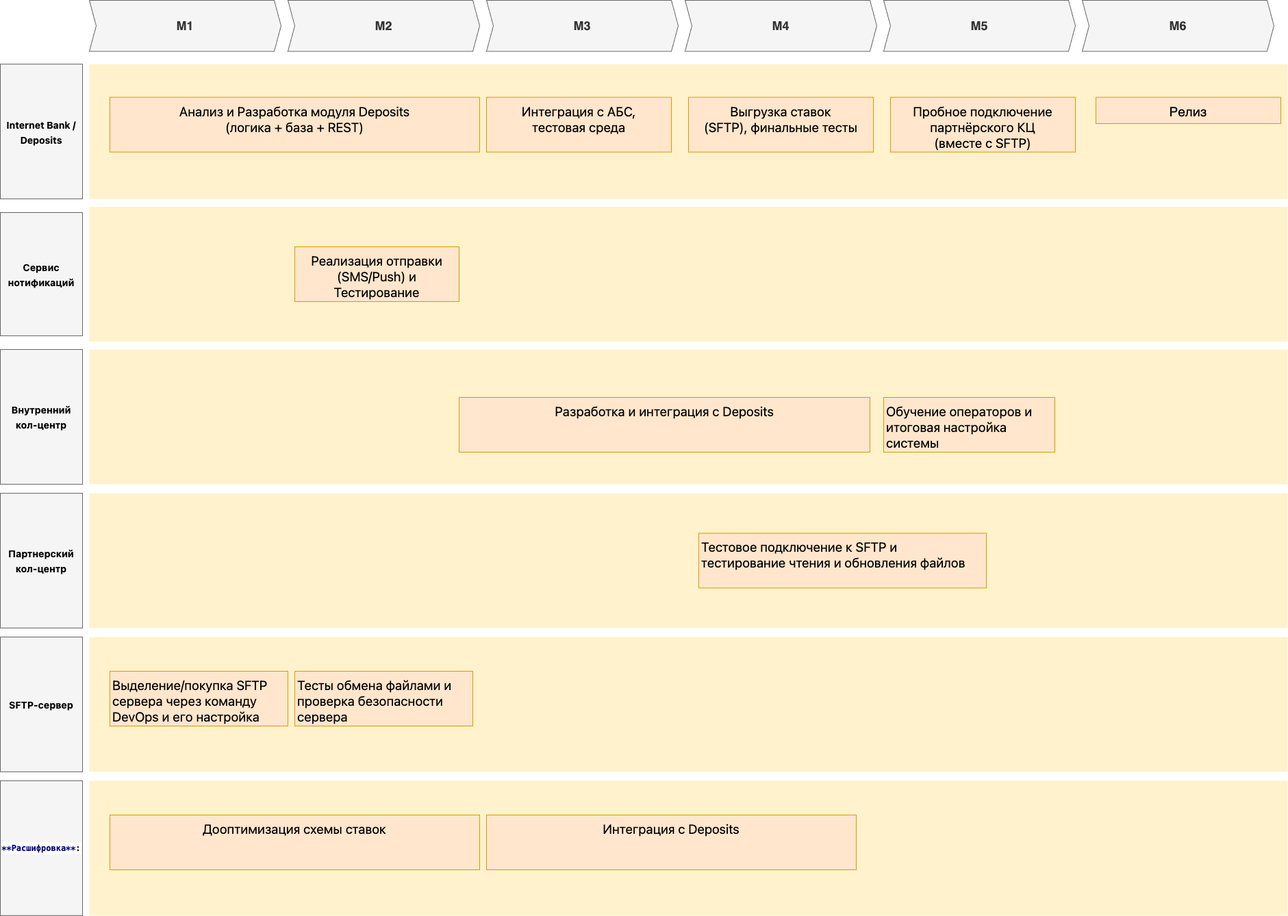
nikolaidstepanov/architecture-sprint-9 keeps this draw.io diagram as Task4/RoadMap_bank_Standart-Roadmap.drawio.png. Above is the earlier version. Source tidied: cells renumbered, new cells last; positions are measured from the earlier drawing's top-left corner, leaving out a move shared by most shapes.
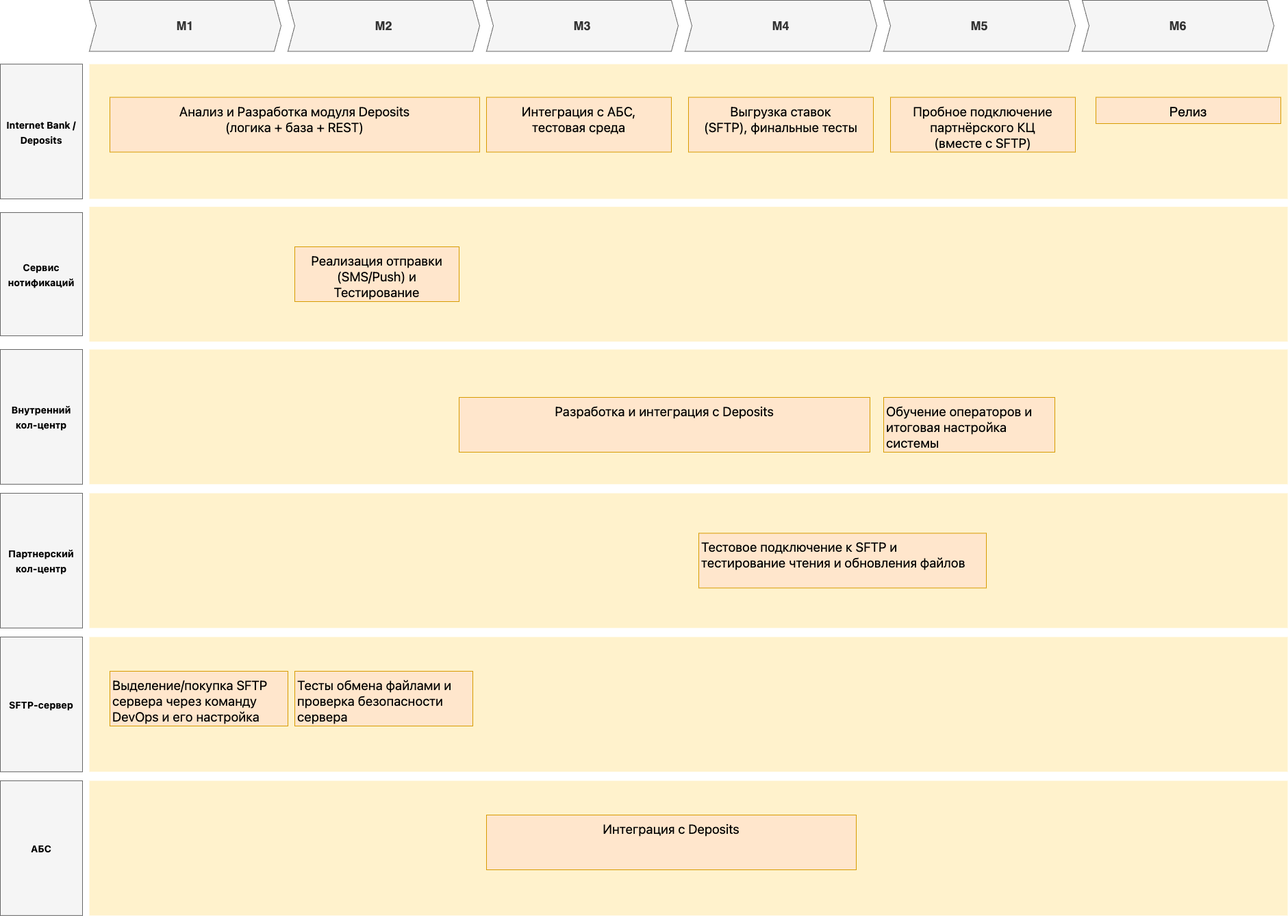
Above is the later version.

The edit, as a diff of the source:
```diff
@@ -53,9 +53,6 @@
     <mxCell id="18" value="&lt;strong style=&quot;color: rgb(0, 0, 0); font-family: -apple-system, &amp;quot;system-ui&amp;quot;, &amp;quot;Segoe WPC&amp;quot;, &amp;quot;Segoe UI&amp;quot;, system-ui, Ubuntu, &amp;quot;Droid Sans&amp;quot;, sans-serif; font-size: 14px; text-align: start;&quot;&gt;SFTP-сервер&lt;/strong&gt;" style="rounded=0;whiteSpace=wrap;html=1;fillColor=#f5f5f5;fontColor=#333333;strokeColor=#666666;fontSize=18;" parent="1" vertex="1">
       <mxGeometry y="930" width="120" height="196.8" as="geometry" />
     </mxCell>
-    <mxCell id="19" value="&lt;div style=&quot;color: rgb(0, 0, 0); background-color: rgb(255, 255, 255); font-family: Menlo, Monaco, &amp;quot;Courier New&amp;quot;, monospace; font-size: 12px; line-height: 18px; white-space: pre;&quot;&gt;&lt;span style=&quot;color: #000080;font-weight: bold;&quot;&gt;**Расшифровка**&lt;/span&gt;:&lt;/div&gt;" style="rounded=0;whiteSpace=wrap;html=1;fillColor=#f5f5f5;fontColor=#333333;strokeColor=#666666;fontSize=18;" parent="1" vertex="1">
-      <mxGeometry y="1140" width="120" height="196.8" as="geometry" />
-    </mxCell>
     <mxCell id="20" value="&lt;div&gt;Релиз&lt;/div&gt;" style="shape=rect;fillColor=#ffe6cc;strokeColor=#d79b00;fontSize=19;html=1;whiteSpace=wrap;align=center;verticalAlign=top;spacing=5;rounded=0;" parent="1" vertex="1">
       <mxGeometry x="1600" y="141.6" width="270" height="38.4" as="geometry" />
     </mxCell>
@@ -89,11 +86,11 @@
     <mxCell id="30" value="&lt;div style=&quot;text-align: start;&quot;&gt;&lt;span style=&quot;background-color: transparent; color: light-dark(rgb(0, 0, 0), rgb(255, 255, 255));&quot;&gt;&lt;font face=&quot;-apple-system, system-ui, Segoe WPC, Segoe UI, system-ui, Ubuntu, Droid Sans, sans-serif&quot;&gt;Тесты обмена файлами и проверка безопасности сервера&lt;/font&gt;&lt;/span&gt;&lt;/div&gt;" style="shape=rect;fillColor=#ffe6cc;strokeColor=#d79b00;fontSize=19;html=1;whiteSpace=wrap;align=center;verticalAlign=top;spacing=5;rounded=0;" parent="1" vertex="1">
       <mxGeometry x="430" y="980" width="260" height="80" as="geometry" />
     </mxCell>
-    <mxCell id="31" value="&lt;div style=&quot;text-align: start;&quot;&gt;&lt;span style=&quot;background-color: transparent; color: light-dark(rgb(0, 0, 0), rgb(255, 255, 255));&quot;&gt;&lt;font face=&quot;-apple-system, system-ui, Segoe WPC, Segoe UI, system-ui, Ubuntu, Droid Sans, sans-serif&quot;&gt;Дооптимизация схемы ставок&lt;/font&gt;&lt;/span&gt;&lt;/div&gt;" style="shape=rect;fillColor=#ffe6cc;strokeColor=#d79b00;fontSize=19;html=1;whiteSpace=wrap;align=center;verticalAlign=top;spacing=5;rounded=0;" parent="1" vertex="1">
-      <mxGeometry x="160" y="1190" width="540" height="80" as="geometry" />
-    </mxCell>
     <mxCell id="32" value="&lt;div style=&quot;text-align: start;&quot;&gt;&lt;span style=&quot;background-color: transparent; color: light-dark(rgb(0, 0, 0), rgb(255, 255, 255));&quot;&gt;&lt;font face=&quot;-apple-system, system-ui, Segoe WPC, Segoe UI, system-ui, Ubuntu, Droid Sans, sans-serif&quot;&gt;Интеграция с Deposits&lt;/font&gt;&lt;/span&gt;&lt;/div&gt;" style="shape=rect;fillColor=#ffe6cc;strokeColor=#d79b00;fontSize=19;html=1;whiteSpace=wrap;align=center;verticalAlign=top;spacing=5;rounded=0;" parent="1" vertex="1">
       <mxGeometry x="710" y="1190" width="540" height="80" as="geometry" />
     </mxCell>
+    <mxCell id="33" value="&lt;strong style=&quot;color: rgb(0, 0, 0); font-family: -apple-system, &amp;quot;system-ui&amp;quot;, &amp;quot;Segoe WPC&amp;quot;, &amp;quot;Segoe UI&amp;quot;, system-ui, Ubuntu, &amp;quot;Droid Sans&amp;quot;, sans-serif; font-size: 14px; text-align: start;&quot;&gt;АБС&lt;/strong&gt;" style="rounded=0;whiteSpace=wrap;html=1;fillColor=#f5f5f5;fontColor=#333333;strokeColor=#666666;fontSize=18;" parent="1" vertex="1">
+      <mxGeometry y="1140" width="120" height="196.8" as="geometry" />
+    </mxCell>
   </root>
 </mxGraphModel>
```
